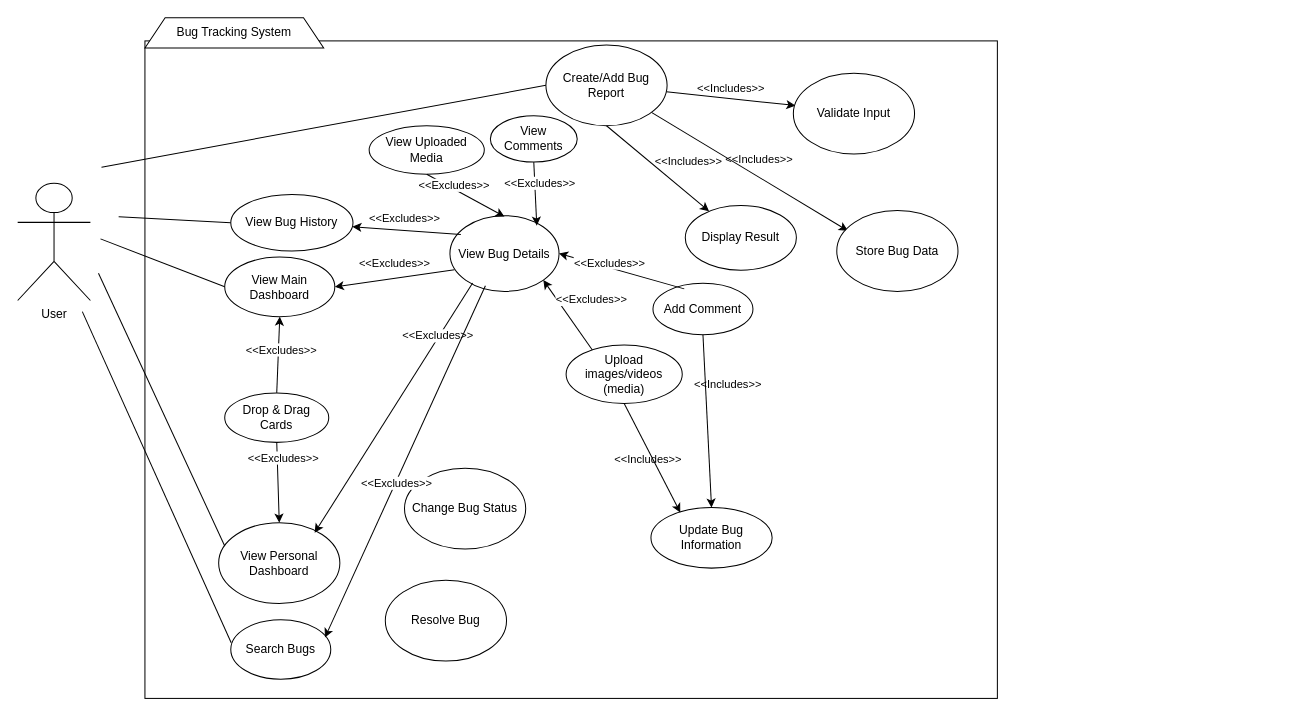
This is UML-Diagrams/Use-Case-Diagram.drawio from ConradCJM/bugterra, a draw.io file, before an edit. Source tidied: cells renumbered, new cells numbered last; positions are measured from the earlier drawing's top-left corner, leaving out a move shared by most shapes. Both pictures are drawn from the tidied source at 101%, with x=0, y=0 at pixel (17, 17).
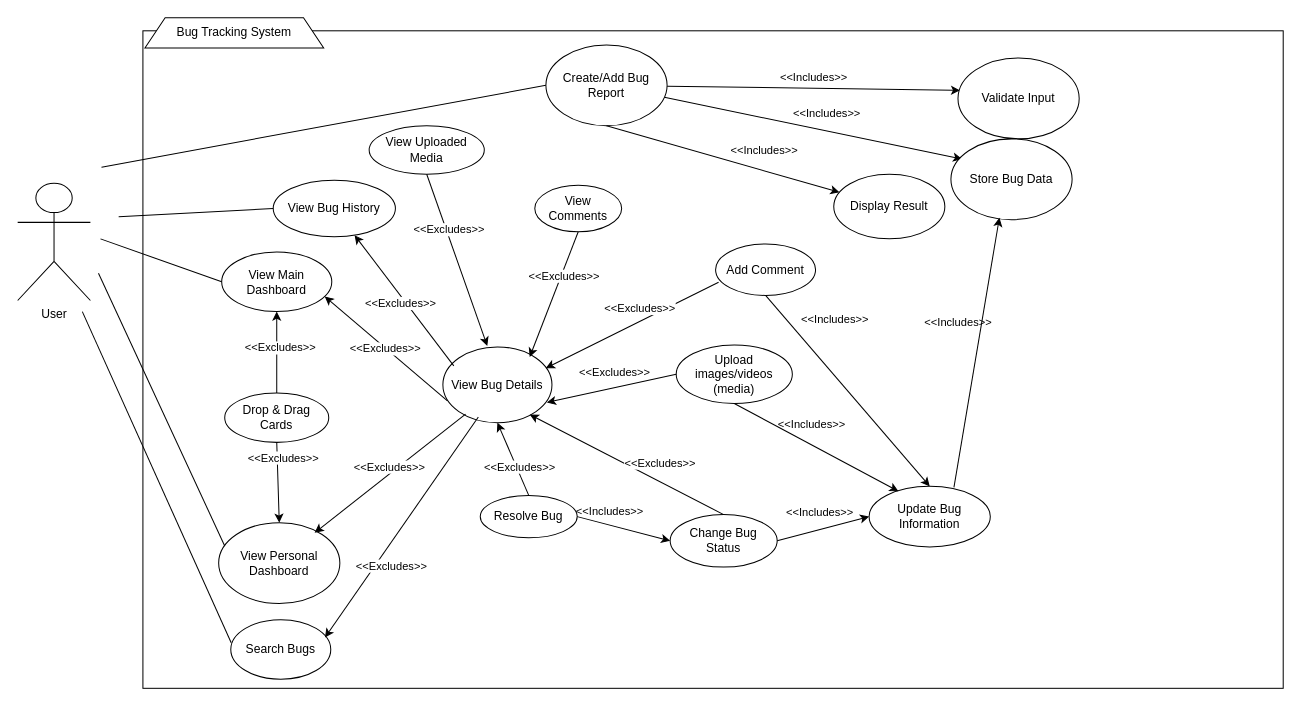
The same page after the edit.

The change refers to these unchanged cells:
```xml
<mxCell id="21" value="View Uploaded Media" style="ellipse;whiteSpace=wrap;html=1;" parent="1" vertex="1">
  <mxGeometry x="348" y="107" width="114" height="48" as="geometry" />
</mxCell>
<mxCell id="39" style="endArrow=classic;html=1;rounded=0;entryX=0.792;entryY=0.125;entryDx=0;entryDy=0;entryPerimeter=0;exitX=0.208;exitY=0.888;exitDx=0;exitDy=0;exitPerimeter=0;" parent="1" edge="1" source="16" target="24">
  <mxGeometry relative="1" as="geometry" />
</mxCell>
<mxCell id="53" style="rounded=0;jettySize=auto;html=1;entryX=0.5;entryY=0;entryDx=0;entryDy=0;flowAnimation=0;exitX=0.5;exitY=1;exitDx=0;exitDy=0;" parent="1" edge="1" source="27" target="19">
  <mxGeometry relative="1" as="geometry" />
</mxCell>
<mxCell id="55" style="rounded=0;jettySize=auto;html=1;entryX=0.242;entryY=0.083;entryDx=0;entryDy=0;flowAnimation=0;entryPerimeter=0;exitX=0.5;exitY=1;exitDx=0;exitDy=0;" parent="1" edge="1" source="28" target="19">
  <mxGeometry relative="1" as="geometry" />
</mxCell>
```

Diff of the diagram source:
```diff
@@
     <mxCell id="3" style="rounded=0;whiteSpace=wrap;html=1;" parent="1" vertex="1">
-      <mxGeometry x="126" y="23" width="844" height="651" as="geometry" />
+      <mxGeometry x="124" y="13" width="1129" height="651" as="geometry" />
     </mxCell>
@@
     <mxCell id="10" value="Validate Input" style="ellipse;whiteSpace=wrap;html=1;" parent="1" vertex="1">
-      <mxGeometry x="768" y="55" width="120" height="80" as="geometry" />
+      <mxGeometry x="931" y="40" width="120" height="80" as="geometry" />
     </mxCell>
     <mxCell id="11" value="Store Bug Data" style="ellipse;whiteSpace=wrap;html=1;" parent="1" vertex="1">
-      <mxGeometry x="811" y="191" width="120" height="80" as="geometry" />
+      <mxGeometry x="924" y="120" width="120" height="80" as="geometry" />
     </mxCell>
     <mxCell id="12" value="Display Result" style="ellipse;whiteSpace=wrap;html=1;" parent="1" vertex="1">
-      <mxGeometry x="661" y="186" width="110" height="64" as="geometry" />
+      <mxGeometry x="808" y="155" width="110" height="64" as="geometry" />
     </mxCell>
@@
     <mxCell id="16" value="View Bug Details" style="ellipse;whiteSpace=wrap;html=1;" parent="1" vertex="1">
-      <mxGeometry x="428" y="196" width="108" height="75" as="geometry" />
+      <mxGeometry x="421" y="326" width="108" height="75" as="geometry" />
     </mxCell>
     <mxCell id="17" value="Change Bug Status" style="ellipse;whiteSpace=wrap;html=1;" parent="1" vertex="1">
-      <mxGeometry x="383" y="446" width="120" height="80" as="geometry" />
+      <mxGeometry x="646" y="492" width="106" height="52" as="geometry" />
     </mxCell>
     <mxCell id="18" value="Resolve Bug" style="ellipse;whiteSpace=wrap;html=1;" parent="1" vertex="1">
-      <mxGeometry x="364" y="557" width="120" height="80" as="geometry" />
+      <mxGeometry x="458" y="473" width="96" height="42" as="geometry" />
     </mxCell>
     <mxCell id="19" value="Update Bug Information" style="ellipse;whiteSpace=wrap;html=1;" parent="1" vertex="1">
-      <mxGeometry x="627" y="485" width="120" height="60" as="geometry" />
+      <mxGeometry x="843" y="464" width="120" height="60" as="geometry" />
     </mxCell>
     <mxCell id="20" value="View Comments" style="ellipse;whiteSpace=wrap;html=1;" parent="1" vertex="1">
-      <mxGeometry x="468" y="97" width="86" height="46" as="geometry" />
+      <mxGeometry x="512" y="166" width="86" height="46" as="geometry" />
     </mxCell>
@@
     <mxCell id="23" value="View Bug History" style="ellipse;whiteSpace=wrap;html=1;" parent="1" vertex="1">
-      <mxGeometry x="211" y="175" width="121" height="56" as="geometry" />
+      <mxGeometry x="253" y="161" width="121" height="56" as="geometry" />
     </mxCell>
@@
     <mxCell id="25" value="View Main Dashboard" style="ellipse;whiteSpace=wrap;html=1;" parent="1" vertex="1">
-      <mxGeometry x="205" y="237" width="109" height="59" as="geometry" />
+      <mxGeometry x="202" y="232" width="109" height="59" as="geometry" />
     </mxCell>
@@
     <mxCell id="27" value="Add Comment" style="ellipse;whiteSpace=wrap;html=1;" parent="1" vertex="1">
-      <mxGeometry x="629" y="263" width="99" height="51" as="geometry" />
+      <mxGeometry x="691" y="224" width="99" height="51" as="geometry" />
     </mxCell>
     <mxCell id="28" value="Upload images/videos (media)" style="ellipse;whiteSpace=wrap;html=1;" parent="1" vertex="1">
-      <mxGeometry x="543" y="324" width="115" height="58" as="geometry" />
+      <mxGeometry x="652" y="324" width="115" height="58" as="geometry" />
     </mxCell>
@@
-    <mxCell id="30" style="endArrow=classic;html=1;rounded=0;exitX=0.5;exitY=1;exitDx=0;exitDy=0;" parent="1" edge="1" source="21">
-      <mxGeometry relative="1" as="geometry">
-        <mxPoint x="482" y="197" as="targetPoint" />
-      </mxGeometry>
+    <mxCell id="30" style="endArrow=classic;html=1;rounded=0;exitX=0.5;exitY=1;exitDx=0;exitDy=0;entryX=0.407;entryY=-0.013;entryDx=0;entryDy=0;entryPerimeter=0;" parent="1" edge="1" source="21" target="16">
+      <mxGeometry relative="1" as="geometry" />
     </mxCell>
@@
-    <mxCell id="37" style="endArrow=classic;html=1;rounded=0;exitX=0.042;exitY=0.713;exitDx=0;exitDy=0;exitPerimeter=0;entryX=1;entryY=0.5;entryDx=0;entryDy=0;" parent="1" edge="1" source="16" target="25">
+    <mxCell id="37" style="endArrow=classic;html=1;rounded=0;exitX=0.042;exitY=0.713;exitDx=0;exitDy=0;exitPerimeter=0;entryX=0.936;entryY=0.746;entryDx=0;entryDy=0;entryPerimeter=0;" parent="1" edge="1" source="16" target="25">
       <mxGeometry relative="1" as="geometry" />
     </mxCell>
@@
     <mxCell id="40" value="&amp;lt;&amp;lt;Excludes&amp;gt;&amp;gt;" style="edgeLabel;html=1;align=center;verticalAlign=middle;" parent="39" vertex="1">
       <mxGeometry x="-0.25" y="1" relative="1" as="geometry">
-        <mxPoint x="23" y="-42" as="offset" />
+        <mxPoint x="-21" y="7" as="offset" />
       </mxGeometry>
     </mxCell>
@@
-    <mxCell id="49" style="endArrow=classic;html=1;rounded=0;entryX=1;entryY=0.5;entryDx=0;entryDy=0;exitX=0.313;exitY=0.108;exitDx=0;exitDy=0;exitPerimeter=0;" parent="1" edge="1" source="27" target="16">
+    <mxCell id="49" style="endArrow=classic;html=1;rounded=0;entryX=0.944;entryY=0.28;entryDx=0;entryDy=0;exitX=0.03;exitY=0.745;exitDx=0;exitDy=0;entryPerimeter=0;exitPerimeter=0;" parent="1" edge="1" source="27" target="16">
       <mxGeometry relative="1" as="geometry" />
     </mxCell>
     <mxCell id="50" value="&amp;lt;&amp;lt;Excludes&amp;gt;&amp;gt;" style="edgeLabel;html=1;align=center;verticalAlign=middle;" parent="49" vertex="1">
       <mxGeometry x="-0.25" y="1" relative="1" as="geometry">
-        <mxPoint x="-28" y="-14" as="offset" />
+        <mxPoint x="-14" y="-7" as="offset" />
       </mxGeometry>
     </mxCell>
-    <mxCell id="51" style="endArrow=classic;html=1;rounded=0;entryX=1;entryY=1;entryDx=0;entryDy=0;exitX=0.226;exitY=0.086;exitDx=0;exitDy=0;exitPerimeter=0;" parent="1" edge="1" source="28" target="16">
+    <mxCell id="51" style="endArrow=classic;html=1;rounded=0;entryX=0.954;entryY=0.733;entryDx=0;entryDy=0;exitX=0;exitY=0.5;exitDx=0;exitDy=0;entryPerimeter=0;" parent="1" edge="1" source="28" target="16">
       <mxGeometry relative="1" as="geometry" />
     </mxCell>
     <mxCell id="52" value="&amp;lt;&amp;lt;Excludes&amp;gt;&amp;gt;" style="edgeLabel;html=1;align=center;verticalAlign=middle;" parent="51" vertex="1">
       <mxGeometry x="-0.25" y="1" relative="1" as="geometry">
-        <mxPoint x="18" y="-25" as="offset" />
+        <mxPoint x="-14" y="-14" as="offset" />
       </mxGeometry>
     </mxCell>
@@
     <mxCell id="54" value="&amp;lt;&amp;lt;Includes&amp;gt;&amp;gt;" style="edgeLabel;html=1;align=center;verticalAlign=middle;labelBackgroundColor=none;" parent="53" vertex="1">
       <mxGeometry x="0.09" y="1" relative="1" as="geometry">
-        <mxPoint x="18" y="-44" as="offset" />
+        <mxPoint x="-21" y="-79" as="offset" />
       </mxGeometry>
     </mxCell>
@@
     <mxCell id="56" value="&amp;lt;&amp;lt;Includes&amp;gt;&amp;gt;" style="edgeLabel;html=1;align=center;verticalAlign=middle;labelBackgroundColor=none;" parent="55" vertex="1">
       <mxGeometry x="0.09" y="1" relative="1" as="geometry">
-        <mxPoint x="-8" y="-4" as="offset" />
+        <mxPoint x="-13" y="-26" as="offset" />
       </mxGeometry>
     </mxCell>
+    <mxCell id="57" style="rounded=0;jettySize=auto;html=1;entryX=0;entryY=0.5;entryDx=0;entryDy=0;flowAnimation=0;exitX=1;exitY=0.5;exitDx=0;exitDy=0;" parent="1" edge="1" source="18" target="17">
+      <mxGeometry relative="1" as="geometry" />
+    </mxCell>
+    <mxCell id="58" value="&amp;lt;&amp;lt;Includes&amp;gt;&amp;gt;" style="edgeLabel;html=1;align=center;verticalAlign=middle;labelBackgroundColor=none;" parent="57" vertex="1">
+      <mxGeometry x="0.09" y="1" relative="1" as="geometry">
+        <mxPoint x="-19" y="-18" as="offset" />
+      </mxGeometry>
+    </mxCell>
+    <mxCell id="59" style="rounded=0;jettySize=auto;html=1;entryX=0;entryY=0.5;entryDx=0;entryDy=0;flowAnimation=0;exitX=1;exitY=0.5;exitDx=0;exitDy=0;" parent="1" edge="1" source="17" target="19">
+      <mxGeometry relative="1" as="geometry" />
+    </mxCell>
+    <mxCell id="60" value="&amp;lt;&amp;lt;Includes&amp;gt;&amp;gt;" style="edgeLabel;html=1;align=center;verticalAlign=middle;labelBackgroundColor=none;" parent="59" vertex="1">
+      <mxGeometry x="0.09" y="1" relative="1" as="geometry">
+        <mxPoint x="-8" y="-15" as="offset" />
+      </mxGeometry>
+    </mxCell>
+    <mxCell id="61" style="endArrow=classic;html=1;rounded=0;entryX=0.5;entryY=1;entryDx=0;entryDy=0;exitX=0.5;exitY=0;exitDx=0;exitDy=0;" parent="1" edge="1" source="18" target="16">
+      <mxGeometry relative="1" as="geometry" />
+    </mxCell>
+    <mxCell id="62" value="&amp;lt;&amp;lt;Excludes&amp;gt;&amp;gt;" style="edgeLabel;html=1;align=center;verticalAlign=middle;" parent="61" vertex="1">
+      <mxGeometry x="-0.25" y="1" relative="1" as="geometry">
+        <mxPoint x="3" y="-2" as="offset" />
+      </mxGeometry>
+    </mxCell>
+    <mxCell id="63" style="endArrow=classic;html=1;rounded=0;entryX=0.796;entryY=0.893;entryDx=0;entryDy=0;exitX=0.5;exitY=0;exitDx=0;exitDy=0;entryPerimeter=0;" parent="1" edge="1" source="17" target="16">
+      <mxGeometry relative="1" as="geometry" />
+    </mxCell>
+    <mxCell id="64" value="&amp;lt;&amp;lt;Excludes&amp;gt;&amp;gt;" style="edgeLabel;html=1;align=center;verticalAlign=middle;" parent="63" vertex="1">
+      <mxGeometry x="-0.25" y="1" relative="1" as="geometry">
+        <mxPoint x="9" y="-15" as="offset" />
+      </mxGeometry>
+    </mxCell>
+    <mxCell id="65" style="rounded=0;jettySize=auto;html=1;entryX=0.4;entryY=0.975;entryDx=0;entryDy=0;flowAnimation=0;entryPerimeter=0;exitX=0.7;exitY=0.017;exitDx=0;exitDy=0;exitPerimeter=0;" parent="1" edge="1" source="19" target="11">
+      <mxGeometry relative="1" as="geometry" />
+    </mxCell>
+    <mxCell id="66" value="&amp;lt;&amp;lt;Includes&amp;gt;&amp;gt;" style="edgeLabel;html=1;align=center;verticalAlign=middle;labelBackgroundColor=none;" parent="65" vertex="1">
+      <mxGeometry x="0.09" y="1" relative="1" as="geometry">
+        <mxPoint x="-20" y="-17" as="offset" />
+      </mxGeometry>
+    </mxCell>
```
